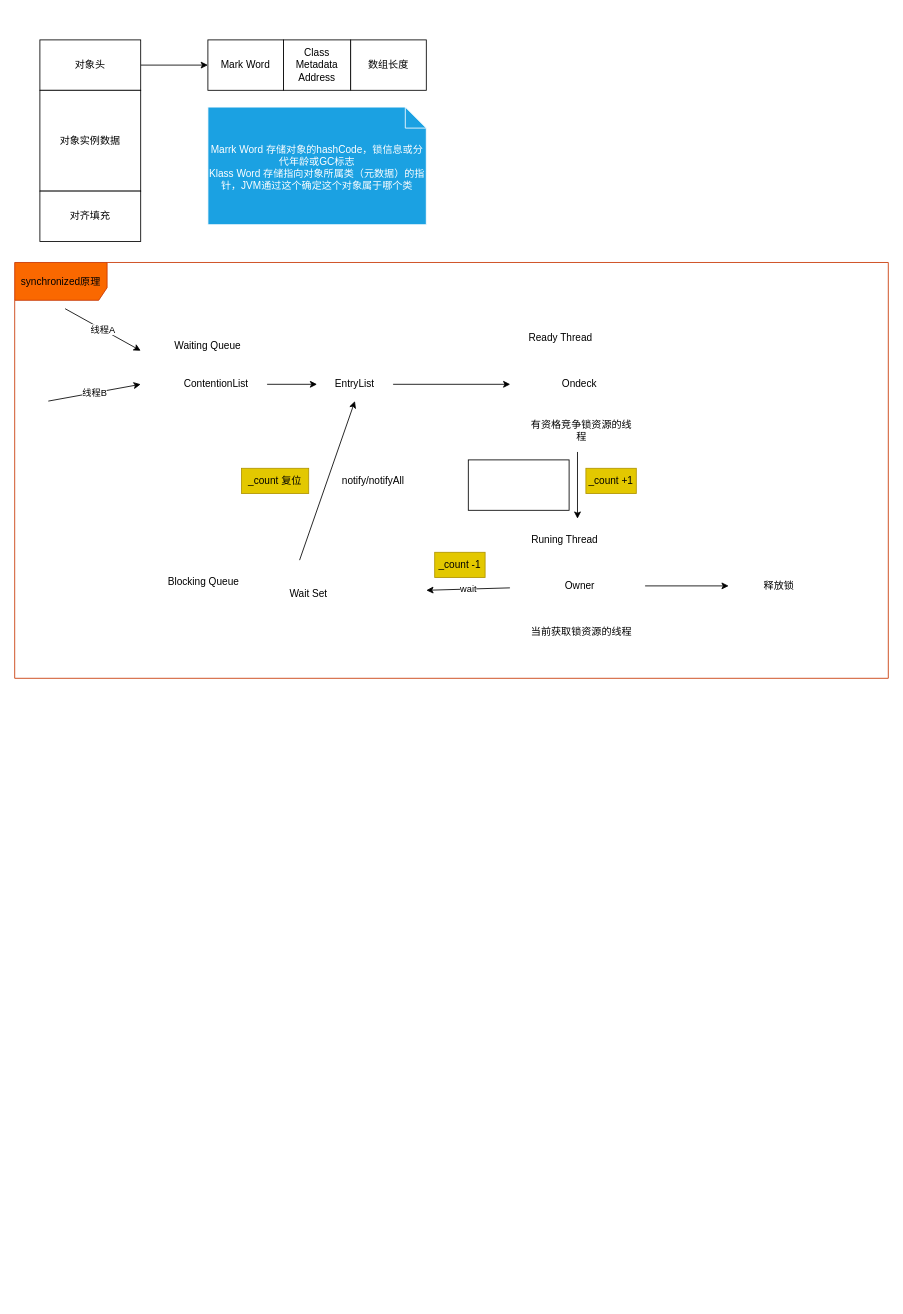
Before: page "jdk1.6-synchronized原理" (1 of 3) of 后端/javaBase/多线程/synchronized原理.drawio in chinazzl/myNote, a draw.io diagram. Source tidied: cells renumbered, new cells numbered last; positions are measured from the earlier drawing's top-left corner, leaving out a move shared by most shapes. Both pictures are drawn from the tidied source at 84%, with x=0, y=0 at pixel (14, 39).
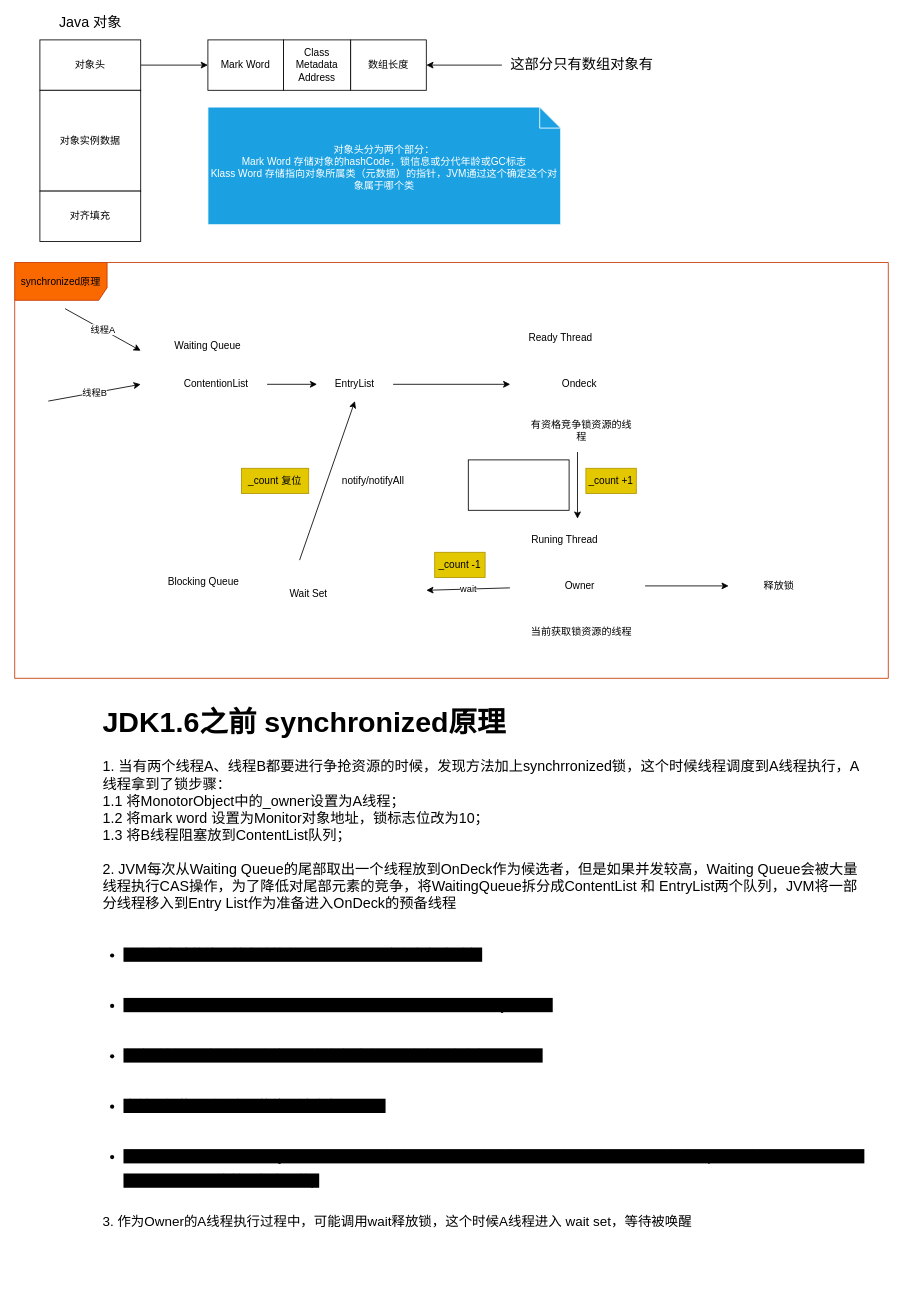
The same page after the edit.

Unchanged cells that the change refers to:
```xml
<mxCell id="8" value="数组长度" style="whiteSpace=wrap;html=1;rounded=0;" parent="1" vertex="1">
  <mxGeometry x="400" width="90" height="60" as="geometry" />
</mxCell>
```

What changed in the source:
```diff
@@
-    <mxCell id="9" value="&lt;p style=&quot;line-height: 1.6&quot;&gt;&lt;/p&gt;&lt;div style=&quot;&quot;&gt;&lt;span&gt;Marrk Word 存储对象的hashCode，锁信息或分代年龄或GC标志&lt;/span&gt;&lt;/div&gt;&lt;div style=&quot;&quot;&gt;&lt;span&gt;Klass Word 存储指向对象所属类（元数据）的指针，JVM通过这个确定这个对象属于哪个类&lt;/span&gt;&lt;/div&gt;&lt;p&gt;&lt;/p&gt;" style="shape=note2;boundedLbl=1;whiteSpace=wrap;html=1;size=25;verticalAlign=top;align=center;fillColor=#1ba1e2;fontColor=#ffffff;strokeColor=#FFFFFF;" parent="1" vertex="1">
-      <mxGeometry x="230" y="80" width="260" height="140" as="geometry" />
+    <mxCell id="9" value="&lt;p style=&quot;line-height: 1.6&quot;&gt;&lt;/p&gt;&lt;div&gt;&lt;span&gt;对象头分为两个部分：&lt;/span&gt;&lt;/div&gt;&lt;div&gt;&lt;span&gt;Mark Word 存储对象的hashCode，锁信息或分代年龄或GC标志&lt;/span&gt;&lt;/div&gt;&lt;div&gt;&lt;span&gt;Klass Word 存储指向对象所属类（元数据）的指针，JVM通过这个确定这个对象属于哪个类&lt;/span&gt;&lt;/div&gt;&lt;p&gt;&lt;/p&gt;" style="shape=note2;boundedLbl=1;whiteSpace=wrap;html=1;size=25;verticalAlign=top;align=center;fillColor=#1ba1e2;fontColor=#ffffff;strokeColor=#FFFFFF;" parent="1" vertex="1">
+      <mxGeometry x="230" y="80" width="420" height="140" as="geometry" />
     </mxCell>
@@
+    <mxCell id="40" value="&lt;font style=&quot;font-size: 17px&quot;&gt;Java 对象&lt;/font&gt;" style="text;html=1;align=center;verticalAlign=middle;strokeColor=none;fillColor=none;" parent="1" vertex="1">
+      <mxGeometry x="45" y="-30" width="90" height="20" as="geometry" />
+    </mxCell>
+    <mxCell id="41" style="edgeStyle=none;html=1;entryX=1;entryY=0.5;entryDx=0;entryDy=0;fontSize=17;" parent="1" edge="1" source="42" target="8">
+      <mxGeometry relative="1" as="geometry" />
+    </mxCell>
+    <mxCell id="42" value="这部分只有数组对象有" style="text;html=1;align=center;verticalAlign=middle;points=[];strokeColor=none;fillColor=none;fontSize=17;" parent="1" vertex="1">
+      <mxGeometry x="580" y="15" width="190" height="30" as="geometry" />
+    </mxCell>
+    <mxCell id="43" value="&lt;h1&gt;JDK1.6之前 synchronized原理&lt;/h1&gt;&lt;div&gt;1. 当有两个线程A、线程B都要进行争抢资源的时候，发现方法加上synchrronized锁，这个时候线程调度到A线程执行，A线程拿到了锁步骤：&lt;/div&gt;&lt;div&gt;&lt;span&gt;&#9;&lt;/span&gt;1.1 将MonotorObject中的_owner设置为A线程；&lt;br&gt;&lt;/div&gt;&lt;div&gt;&lt;span&gt;&#9;&lt;/span&gt;1.2 将mark word 设置为Monitor对象地址，锁标志位改为10；&lt;br&gt;&lt;/div&gt;&lt;div&gt;&lt;span&gt;&#9;&lt;/span&gt;1.3 将B线程阻塞放到ContentList队列；&lt;br&gt;&lt;/div&gt;&lt;div&gt;&lt;br&gt;&lt;/div&gt;&lt;div&gt;2. JVM每次从Waiting Queue的尾部取出一个线程放到OnDeck作为候选者，但是如果并发较高，Waiting Queue会被大量线程执行CAS操作，为了降低对尾部元素的竞争，将WaitingQueue拆分成ContentList 和 EntryList两个队列，JVM将一部分线程移入到Entry List作为准备进入OnDeck的预备线程&lt;/div&gt;&lt;div&gt;&amp;nbsp;&amp;nbsp;&lt;/div&gt;&lt;div&gt;&lt;ul class=&quot;list-paddingleft-2&quot; style=&quot;margin: 8px 0px ; padding: 0px 0px 0px 25px ; outline: 0px ; max-width: 100% ; font-size: 16px ; box-sizing: border-box ; overflow-wrap: break-word&quot;&gt;&lt;li style=&quot;margin: 0px ; padding-top: 0px ; padding-bottom: 0px ; outline: 0px ; max-width: 100% ; box-sizing: border-box ; overflow-wrap: break-word&quot;&gt;&lt;section style=&quot;margin: 5px 0px ; padding: 0px ; outline: 0px ; max-width: 100% ; box-sizing: border-box ; overflow-wrap: break-word ; line-height: 26px&quot;&gt;&lt;p style=&quot;margin: 0px 0px 16px ; padding: 8px 0px ; outline: 0px ; max-width: 100% ; box-sizing: border-box ; clear: both ; min-height: 1em ; line-height: 1.75em ; overflow-wrap: break-word&quot;&gt;&lt;span style=&quot;background-color: rgb(0 , 0 , 0)&quot;&gt;所有请求锁的线程首先被放在ContentionList这个竞争队列中;&lt;/span&gt;&lt;/p&gt;&lt;/section&gt;&lt;/li&gt;&lt;li style=&quot;margin: 0px ; padding-top: 0px ; padding-bottom: 0px ; outline: 0px ; max-width: 100% ; box-sizing: border-box ; overflow-wrap: break-word&quot;&gt;&lt;section style=&quot;margin: 5px 0px ; padding: 0px ; outline: 0px ; max-width: 100% ; box-sizing: border-box ; overflow-wrap: break-word ; line-height: 26px&quot;&gt;&lt;p style=&quot;margin: 0px 0px 16px ; padding: 8px 0px ; outline: 0px ; max-width: 100% ; box-sizing: border-box ; clear: both ; min-height: 1em ; line-height: 1.75em ; overflow-wrap: break-word&quot;&gt;&lt;span style=&quot;background-color: rgb(0 , 0 , 0)&quot;&gt;Contention List 中那些有资格成为候选资源的线程被移动到 Entry List 中;&lt;/span&gt;&lt;/p&gt;&lt;/section&gt;&lt;/li&gt;&lt;li style=&quot;margin: 0px ; padding-top: 0px ; padding-bottom: 0px ; outline: 0px ; max-width: 100% ; box-sizing: border-box ; overflow-wrap: break-word&quot;&gt;&lt;section style=&quot;margin: 5px 0px ; padding: 0px ; outline: 0px ; max-width: 100% ; box-sizing: border-box ; overflow-wrap: break-word ; line-height: 26px&quot;&gt;&lt;p style=&quot;margin: 0px 0px 16px ; padding: 8px 0px ; outline: 0px ; max-width: 100% ; box-sizing: border-box ; clear: both ; min-height: 1em ; line-height: 1.75em ; overflow-wrap: break-word&quot;&gt;&lt;span style=&quot;background-color: rgb(0 , 0 , 0)&quot;&gt;任意时刻，最多只有一个线程正在竞争锁资源，该线程被成为 OnDeck;&lt;/span&gt;&lt;/p&gt;&lt;/section&gt;&lt;/li&gt;&lt;li style=&quot;margin: 0px ; padding-top: 0px ; padding-bottom: 0px ; outline: 0px ; max-width: 100% ; box-sizing: border-box ; overflow-wrap: break-word&quot;&gt;&lt;section style=&quot;margin: 5px 0px ; padding: 0px ; outline: 0px ; max-width: 100% ; box-sizing: border-box ; overflow-wrap: break-word ; line-height: 26px&quot;&gt;&lt;p style=&quot;margin: 0px 0px 16px ; padding: 8px 0px ; outline: 0px ; max-width: 100% ; box-sizing: border-box ; clear: both ; min-height: 1em ; line-height: 1.75em ; overflow-wrap: break-word&quot;&gt;&lt;span style=&quot;background-color: rgb(0 , 0 , 0)&quot;&gt;当前已经获取到所资源的线程被称为 Owner;&lt;/span&gt;&lt;/p&gt;&lt;/section&gt;&lt;/li&gt;&lt;li style=&quot;margin: 0px ; padding-top: 0px ; padding-bottom: 0px ; outline: 0px ; max-width: 100% ; box-sizing: border-box ; overflow-wrap: break-word&quot;&gt;&lt;section style=&quot;margin: 5px 0px ; padding: 0px ; outline: 0px ; max-width: 100% ; box-sizing: border-box ; overflow-wrap: break-word ; line-height: 26px&quot;&gt;&lt;p style=&quot;margin: 0px 0px 16px ; padding: 8px 0px ; outline: 0px ; max-width: 100% ; box-sizing: border-box ; clear: both ; min-height: 1em ; line-height: 1.75em ; overflow-wrap: break-word&quot;&gt;&lt;span style=&quot;background-color: rgb(0 , 0 , 0)&quot;&gt;处于 ContentionList、EntryList、WaitSet 中的线程都处于阻塞状态，该阻塞是由操作系统来完成的(Linux 内核下采用&amp;nbsp;&lt;code style=&quot;margin: 0px 2px ; padding: 2px 4px ; outline: 0px ; max-width: 100% ; box-sizing: border-box ; overflow-wrap: break-word ; font-size: 14px ; border-radius: 4px ; font-family: &amp;#34;operator mono&amp;#34; , &amp;#34;consolas&amp;#34; , &amp;#34;monaco&amp;#34; , &amp;#34;menlo&amp;#34; , monospace ; word-break: break-all&quot;&gt;pthread_mutex_lock&lt;/code&gt;&amp;nbsp;内核函数实现的);&lt;/span&gt;&lt;/p&gt;&lt;/section&gt;&lt;/li&gt;&lt;/ul&gt;&lt;div&gt;&lt;span style=&quot;font-size: 16px&quot;&gt;3. 作为Owner的A线程执行过程中，可能调用wait释放锁，这个时候A线程进入 wait set，等待被唤醒&lt;/span&gt;&lt;/div&gt;&lt;/div&gt;" style="text;html=1;spacing=5;spacingTop=-20;whiteSpace=wrap;overflow=hidden;rounded=0;fontSize=17;" parent="1" vertex="1">
+      <mxGeometry x="100" y="780" width="920" height="720" as="geometry" />
+    </mxCell>
```
